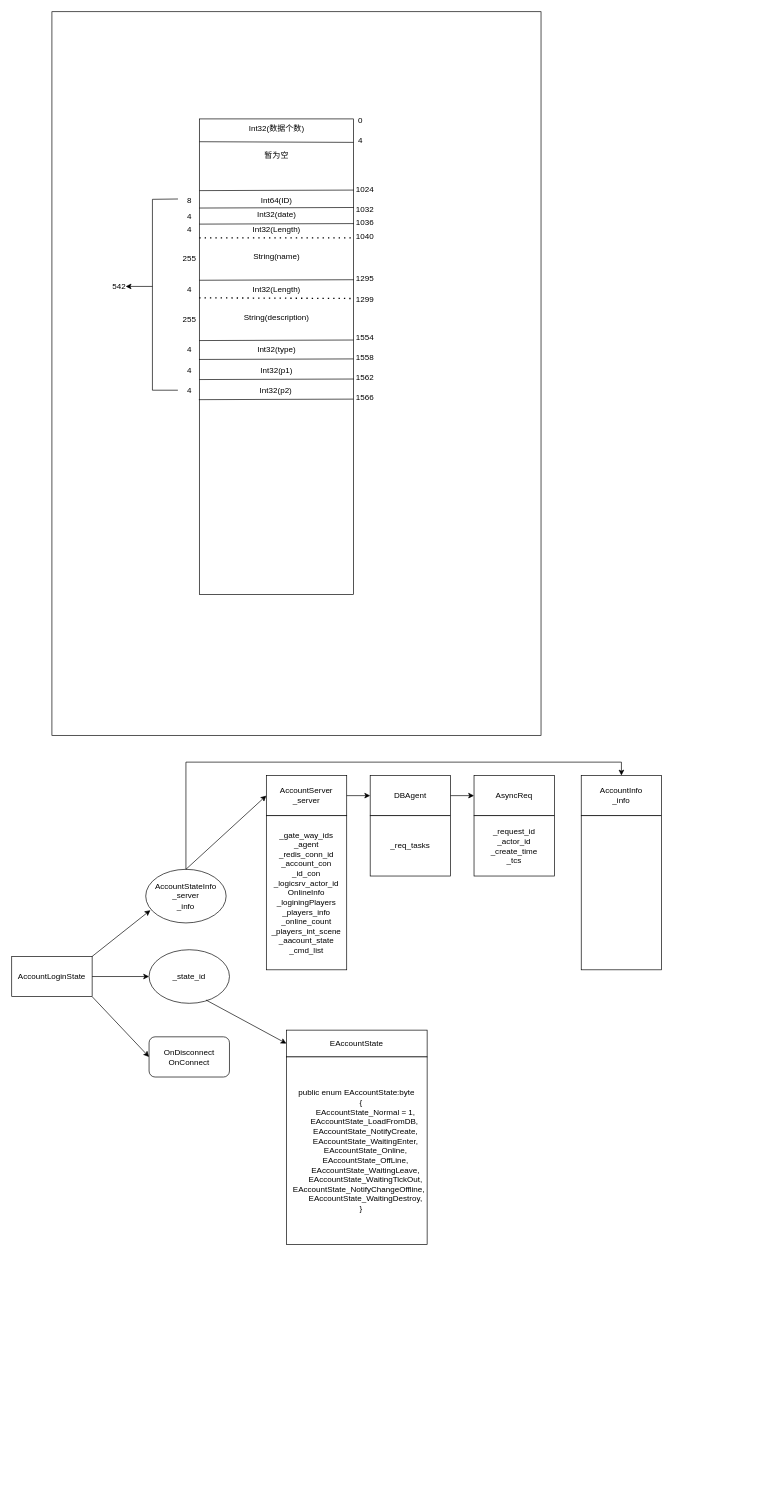
The draw.io diagram 未命名绘图.drawio in Eacie/draw, before the edit. Source tidied: cells renumbered, new cells numbered last; positions are measured from the earlier drawing's top-left corner, leaving out a move shared by most shapes. Both pictures are drawn from the tidied source at 67%, with x=0, y=0 at pixel (11, 11).
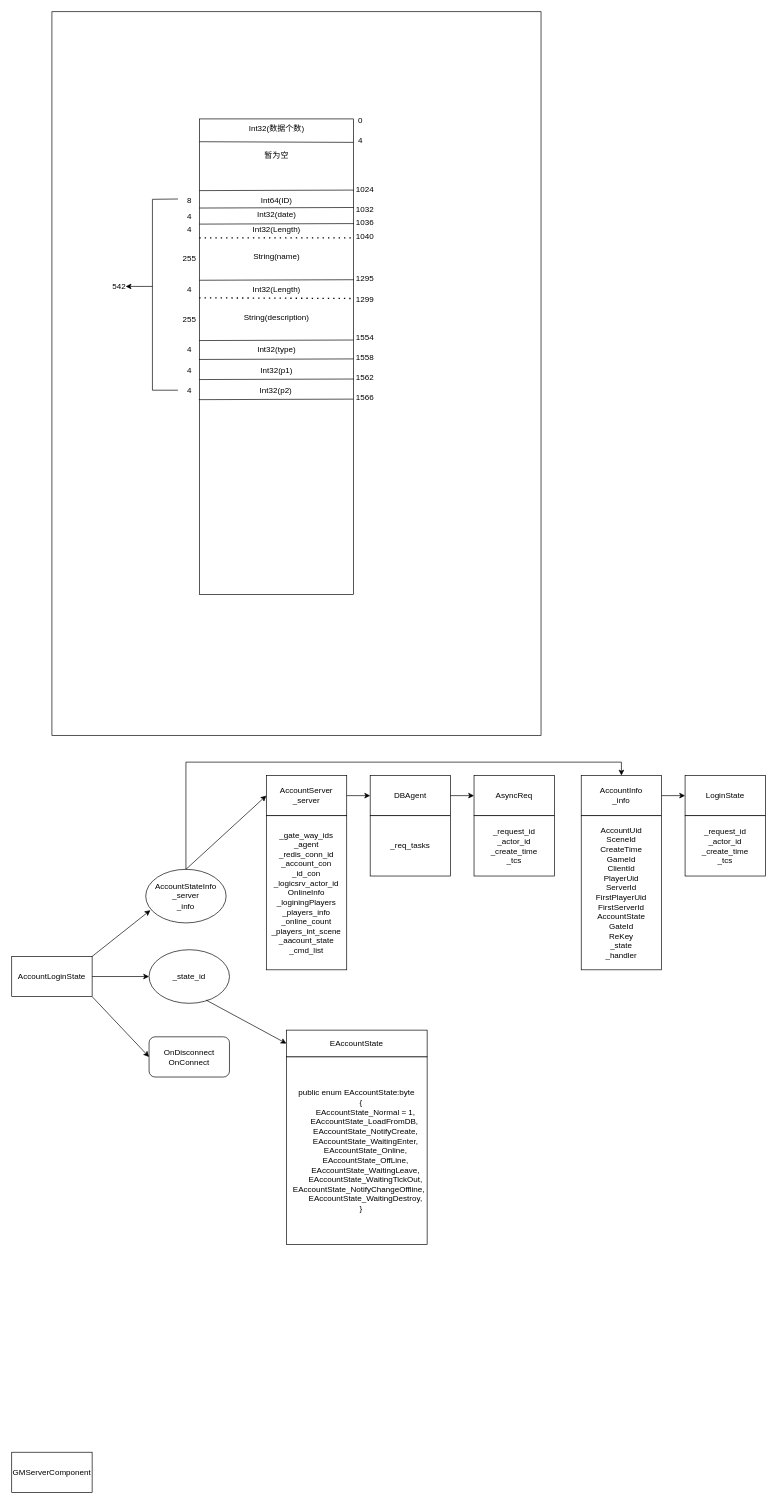
After the change.

Commit message:
更新未命名绘图.drawio

Change to the diagram source:
```diff
@@
-    <mxCell id="69" style="rounded=0;whiteSpace=wrap;html=1;" parent="1" vertex="1">
+    <mxCell id="69" value="AccountUid&lt;br&gt;SceneId&lt;br&gt;CreateTime&lt;br&gt;GameId&lt;br&gt;ClientId&lt;br&gt;PlayerUid&lt;br&gt;ServerId&lt;br&gt;FirstPlayerUid&lt;br&gt;FirstServerId&lt;br&gt;AccountState&lt;br&gt;GateId&lt;br&gt;ReKey&lt;br&gt;_state&lt;br&gt;_handler" style="rounded=0;whiteSpace=wrap;html=1;" parent="1" vertex="1">
       <mxGeometry x="850" y="1200" width="120" height="230" as="geometry" />
     </mxCell>
@@
+    <mxCell id="76" value="LoginState" style="rounded=0;whiteSpace=wrap;html=1;" parent="1" vertex="1">
+      <mxGeometry x="1005" y="1140" width="120" height="60" as="geometry" />
+    </mxCell>
+    <mxCell id="77" value="_request_id&lt;br style=&quot;border-color: var(--border-color);&quot;&gt;_actor_id&lt;br style=&quot;border-color: var(--border-color);&quot;&gt;_create_time&lt;br style=&quot;border-color: var(--border-color);&quot;&gt;_tcs" style="rounded=0;whiteSpace=wrap;html=1;" parent="1" vertex="1">
+      <mxGeometry x="1005" y="1200" width="120" height="90" as="geometry" />
+    </mxCell>
+    <mxCell id="78" style="endArrow=classic;html=1;rounded=0;entryX=0;entryY=0.5;entryDx=0;entryDy=0;" parent="1" edge="1" target="76">
+      <mxGeometry relative="1" as="geometry">
+        <mxPoint x="970" y="1170" as="sourcePoint" />
+      </mxGeometry>
+    </mxCell>
+    <mxCell id="79" value="GMServerComponent" style="rounded=0;whiteSpace=wrap;html=1;" parent="1" vertex="1">
+      <mxGeometry y="2150" width="120" height="60" as="geometry" />
+    </mxCell>
```
